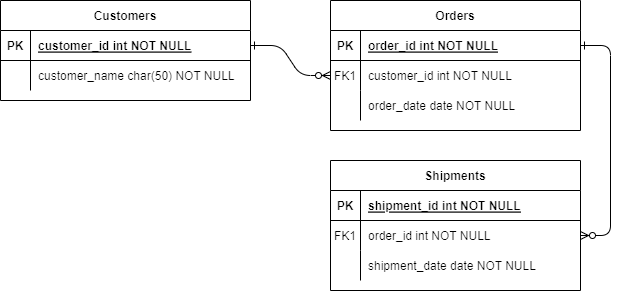
The draw.io diagram database.drawio.png in MountZ1/PR_PenjualanHandPhone_ArdiSaputraTIP-21.2, before a commit. Source tidied: cells renumbered, new cells last; positions are measured from the earlier drawing's top-left corner, leaving out a move shared by most shapes. Source of this version:
```xml
<mxGraphModel>
  <root>
    <mxCell id="0" />
    <mxCell id="1" parent="0" />
    <mxCell id="2" style="edgeStyle=entityRelationEdgeStyle;endArrow=ERzeroToMany;startArrow=ERone;endFill=1;startFill=0;" parent="1" edge="1" source="25" target="8">
      <mxGeometry relative="1" as="geometry" />
    </mxCell>
    <mxCell id="3" style="edgeStyle=entityRelationEdgeStyle;endArrow=ERzeroToMany;startArrow=ERone;endFill=1;startFill=0;" parent="1" edge="1" source="5" target="18">
      <mxGeometry relative="1" as="geometry" />
    </mxCell>
    <mxCell id="4" value="Orders" style="shape=table;startSize=30;rowLines=0;fontStyle=1;align=center;" parent="1" vertex="1">
      <mxGeometry x="330" width="250" height="130" as="geometry" />
    </mxCell>
    <mxCell id="5" style="shape=partialRectangle;fillColor=none;points=[[0,0.5],[1,0.5]];portConstraint=eastwest;top=0;left=0;right=0;bottom=1;" parent="4" vertex="1">
      <mxGeometry y="30" width="250" height="30" as="geometry" />
    </mxCell>
    <mxCell id="6" value="PK" style="shape=partialRectangle;overflow=hidden;fillColor=none;top=0;left=0;bottom=0;right=0;fontStyle=1;" parent="5" vertex="1">
      <mxGeometry width="30" height="30" as="geometry" />
    </mxCell>
    <mxCell id="7" value="order_id int NOT NULL " style="shape=partialRectangle;overflow=hidden;fillColor=none;top=0;left=0;bottom=0;right=0;align=left;spacingLeft=6;fontStyle=5;" parent="5" vertex="1">
      <mxGeometry x="30" width="220" height="30" as="geometry" />
    </mxCell>
    <mxCell id="8" style="shape=partialRectangle;fillColor=none;points=[[0,0.5],[1,0.5]];portConstraint=eastwest;top=0;left=0;right=0;bottom=0;" parent="4" vertex="1">
      <mxGeometry y="60" width="250" height="30" as="geometry" />
    </mxCell>
    <mxCell id="9" value="FK1" style="shape=partialRectangle;overflow=hidden;fillColor=none;top=0;left=0;bottom=0;right=0;" parent="8" vertex="1">
      <mxGeometry width="30" height="30" as="geometry" />
    </mxCell>
    <mxCell id="10" value="customer_id int NOT NULL" style="shape=partialRectangle;overflow=hidden;fillColor=none;top=0;left=0;bottom=0;right=0;align=left;spacingLeft=6;" parent="8" vertex="1">
      <mxGeometry x="30" width="220" height="30" as="geometry" />
    </mxCell>
    <mxCell id="11" style="shape=partialRectangle;fillColor=none;top=0;left=0;right=0;bottom=0;" parent="4" vertex="1">
      <mxGeometry y="90" width="250" height="30" as="geometry" />
    </mxCell>
    <mxCell id="12" style="shape=partialRectangle;overflow=hidden;fillColor=none;top=0;left=0;bottom=0;right=0;" parent="11" vertex="1">
      <mxGeometry width="30" height="30" as="geometry" />
    </mxCell>
    <mxCell id="13" value="order_date date NOT NULL" style="shape=partialRectangle;overflow=hidden;fillColor=none;top=0;left=0;bottom=0;right=0;align=left;spacingLeft=6;" parent="11" vertex="1">
      <mxGeometry x="30" width="220" height="30" as="geometry" />
    </mxCell>
    <mxCell id="14" value="Shipments" style="shape=table;startSize=30;rowLines=0;fontStyle=1;align=center;" parent="1" vertex="1">
      <mxGeometry x="330" y="160" width="250" height="130" as="geometry" />
    </mxCell>
    <mxCell id="15" style="shape=partialRectangle;fillColor=none;top=0;left=0;right=0;bottom=1;" parent="14" vertex="1">
      <mxGeometry y="30" width="250" height="30" as="geometry" />
    </mxCell>
    <mxCell id="16" value="PK" style="shape=partialRectangle;overflow=hidden;fillColor=none;top=0;left=0;bottom=0;right=0;fontStyle=1;" parent="15" vertex="1">
      <mxGeometry width="30" height="30" as="geometry" />
    </mxCell>
    <mxCell id="17" value="shipment_id int NOT NULL " style="shape=partialRectangle;overflow=hidden;fillColor=none;top=0;left=0;bottom=0;right=0;align=left;spacingLeft=6;fontStyle=5;" parent="15" vertex="1">
      <mxGeometry x="30" width="220" height="30" as="geometry" />
    </mxCell>
    <mxCell id="18" style="shape=partialRectangle;fillColor=none;points=[[0,0.5],[1,0.5]];portConstraint=eastwest;top=0;left=0;right=0;bottom=0;" parent="14" vertex="1">
      <mxGeometry y="60" width="250" height="30" as="geometry" />
    </mxCell>
    <mxCell id="19" value="FK1" style="shape=partialRectangle;overflow=hidden;fillColor=none;top=0;left=0;bottom=0;right=0;" parent="18" vertex="1">
      <mxGeometry width="30" height="30" as="geometry" />
    </mxCell>
    <mxCell id="20" value="order_id int NOT NULL" style="shape=partialRectangle;overflow=hidden;fillColor=none;top=0;left=0;bottom=0;right=0;align=left;spacingLeft=6;" parent="18" vertex="1">
      <mxGeometry x="30" width="220" height="30" as="geometry" />
    </mxCell>
    <mxCell id="21" style="shape=partialRectangle;fillColor=none;top=0;left=0;right=0;bottom=0;" parent="14" vertex="1">
      <mxGeometry y="90" width="250" height="30" as="geometry" />
    </mxCell>
    <mxCell id="22" style="shape=partialRectangle;overflow=hidden;fillColor=none;top=0;left=0;bottom=0;right=0;" parent="21" vertex="1">
      <mxGeometry width="30" height="30" as="geometry" />
    </mxCell>
    <mxCell id="23" value="shipment_date date NOT NULL" style="shape=partialRectangle;overflow=hidden;fillColor=none;top=0;left=0;bottom=0;right=0;align=left;spacingLeft=6;" parent="21" vertex="1">
      <mxGeometry x="30" width="220" height="30" as="geometry" />
    </mxCell>
    <mxCell id="24" value="Customers" style="shape=table;startSize=30;rowLines=0;fontStyle=1;align=center;" parent="1" vertex="1">
      <mxGeometry width="250" height="100" as="geometry" />
    </mxCell>
    <mxCell id="25" style="shape=partialRectangle;fillColor=none;points=[[0,0.5],[1,0.5]];portConstraint=eastwest;top=0;left=0;right=0;bottom=1;" parent="24" vertex="1">
      <mxGeometry y="30" width="250" height="30" as="geometry" />
    </mxCell>
    <mxCell id="26" value="PK" style="shape=partialRectangle;overflow=hidden;fillColor=none;top=0;left=0;bottom=0;right=0;fontStyle=1;" parent="25" vertex="1">
      <mxGeometry width="30" height="30" as="geometry" />
    </mxCell>
    <mxCell id="27" value="customer_id int NOT NULL " style="shape=partialRectangle;overflow=hidden;fillColor=none;top=0;left=0;bottom=0;right=0;align=left;spacingLeft=6;fontStyle=5;" parent="25" vertex="1">
      <mxGeometry x="30" width="220" height="30" as="geometry" />
    </mxCell>
    <mxCell id="28" style="shape=partialRectangle;fillColor=none;top=0;left=0;right=0;bottom=0;" parent="24" vertex="1">
      <mxGeometry y="60" width="250" height="30" as="geometry" />
    </mxCell>
    <mxCell id="29" style="shape=partialRectangle;overflow=hidden;fillColor=none;top=0;left=0;bottom=0;right=0;" parent="28" vertex="1">
      <mxGeometry width="30" height="30" as="geometry" />
    </mxCell>
    <mxCell id="30" value="customer_name char(50) NOT NULL" style="shape=partialRectangle;overflow=hidden;fillColor=none;top=0;left=0;bottom=0;right=0;align=left;spacingLeft=6;" parent="28" vertex="1">
      <mxGeometry x="30" width="220" height="30" as="geometry" />
    </mxCell>
  </root>
</mxGraphModel>
```
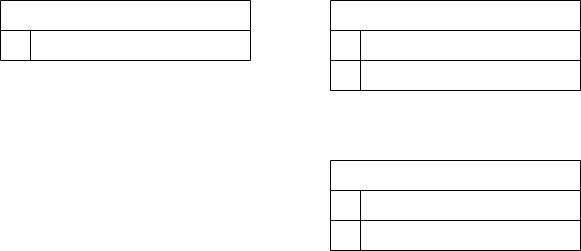
The same file after the commit.

The edit, as a diff of the source:
```diff
@@ -2,91 +2,58 @@
   <root>
     <mxCell id="0" />
     <mxCell id="1" parent="0" />
-    <mxCell id="2" style="edgeStyle=entityRelationEdgeStyle;endArrow=ERzeroToMany;startArrow=ERone;endFill=1;startFill=0;" parent="1" edge="1" source="25" target="8">
-      <mxGeometry relative="1" as="geometry" />
-    </mxCell>
-    <mxCell id="3" style="edgeStyle=entityRelationEdgeStyle;endArrow=ERzeroToMany;startArrow=ERone;endFill=1;startFill=0;" parent="1" edge="1" source="5" target="18">
-      <mxGeometry relative="1" as="geometry" />
-    </mxCell>
-    <mxCell id="4" value="Orders" style="shape=table;startSize=30;rowLines=0;fontStyle=1;align=center;" parent="1" vertex="1">
-      <mxGeometry x="330" width="250" height="130" as="geometry" />
+    <mxCell id="4" style="shape=table;startSize=30;rowLines=0;align=center;" parent="1" vertex="1">
+      <mxGeometry x="330" width="250" height="90" as="geometry" />
     </mxCell>
     <mxCell id="5" style="shape=partialRectangle;fillColor=none;points=[[0,0.5],[1,0.5]];portConstraint=eastwest;top=0;left=0;right=0;bottom=1;" parent="4" vertex="1">
       <mxGeometry y="30" width="250" height="30" as="geometry" />
     </mxCell>
-    <mxCell id="6" value="PK" style="shape=partialRectangle;overflow=hidden;fillColor=none;top=0;left=0;bottom=0;right=0;fontStyle=1;" parent="5" vertex="1">
+    <mxCell id="6" style="shape=partialRectangle;overflow=hidden;fillColor=none;top=0;left=0;bottom=0;right=0;fontStyle=1;" parent="5" vertex="1">
       <mxGeometry width="30" height="30" as="geometry" />
     </mxCell>
-    <mxCell id="7" value="order_id int NOT NULL " style="shape=partialRectangle;overflow=hidden;fillColor=none;top=0;left=0;bottom=0;right=0;align=left;spacingLeft=6;fontStyle=5;" parent="5" vertex="1">
+    <mxCell id="7" style="shape=partialRectangle;overflow=hidden;fillColor=none;top=0;left=0;bottom=0;right=0;align=left;spacingLeft=6;fontStyle=5;" parent="5" vertex="1">
       <mxGeometry x="30" width="220" height="30" as="geometry" />
     </mxCell>
     <mxCell id="8" style="shape=partialRectangle;fillColor=none;points=[[0,0.5],[1,0.5]];portConstraint=eastwest;top=0;left=0;right=0;bottom=0;" parent="4" vertex="1">
       <mxGeometry y="60" width="250" height="30" as="geometry" />
     </mxCell>
-    <mxCell id="9" value="FK1" style="shape=partialRectangle;overflow=hidden;fillColor=none;top=0;left=0;bottom=0;right=0;" parent="8" vertex="1">
+    <mxCell id="9" style="shape=partialRectangle;overflow=hidden;fillColor=none;top=0;left=0;bottom=0;right=0;" parent="8" vertex="1">
       <mxGeometry width="30" height="30" as="geometry" />
     </mxCell>
-    <mxCell id="10" value="customer_id int NOT NULL" style="shape=partialRectangle;overflow=hidden;fillColor=none;top=0;left=0;bottom=0;right=0;align=left;spacingLeft=6;" parent="8" vertex="1">
+    <mxCell id="10" style="shape=partialRectangle;overflow=hidden;fillColor=none;top=0;left=0;bottom=0;right=0;align=left;spacingLeft=6;" parent="8" vertex="1">
       <mxGeometry x="30" width="220" height="30" as="geometry" />
     </mxCell>
-    <mxCell id="11" style="shape=partialRectangle;fillColor=none;top=0;left=0;right=0;bottom=0;" parent="4" vertex="1">
-      <mxGeometry y="90" width="250" height="30" as="geometry" />
-    </mxCell>
-    <mxCell id="12" style="shape=partialRectangle;overflow=hidden;fillColor=none;top=0;left=0;bottom=0;right=0;" parent="11" vertex="1">
-      <mxGeometry width="30" height="30" as="geometry" />
-    </mxCell>
-    <mxCell id="13" value="order_date date NOT NULL" style="shape=partialRectangle;overflow=hidden;fillColor=none;top=0;left=0;bottom=0;right=0;align=left;spacingLeft=6;" parent="11" vertex="1">
-      <mxGeometry x="30" width="220" height="30" as="geometry" />
-    </mxCell>
-    <mxCell id="14" value="Shipments" style="shape=table;startSize=30;rowLines=0;fontStyle=1;align=center;" parent="1" vertex="1">
-      <mxGeometry x="330" y="160" width="250" height="130" as="geometry" />
+    <mxCell id="14" style="shape=table;startSize=30;rowLines=0;fontStyle=1;align=center;" parent="1" vertex="1">
+      <mxGeometry x="330" y="160" width="250" height="90" as="geometry" />
     </mxCell>
     <mxCell id="15" style="shape=partialRectangle;fillColor=none;top=0;left=0;right=0;bottom=1;" parent="14" vertex="1">
       <mxGeometry y="30" width="250" height="30" as="geometry" />
     </mxCell>
-    <mxCell id="16" value="PK" style="shape=partialRectangle;overflow=hidden;fillColor=none;top=0;left=0;bottom=0;right=0;fontStyle=1;" parent="15" vertex="1">
+    <mxCell id="16" style="shape=partialRectangle;overflow=hidden;fillColor=none;top=0;left=0;bottom=0;right=0;fontStyle=1;" parent="15" vertex="1">
       <mxGeometry width="30" height="30" as="geometry" />
     </mxCell>
-    <mxCell id="17" value="shipment_id int NOT NULL " style="shape=partialRectangle;overflow=hidden;fillColor=none;top=0;left=0;bottom=0;right=0;align=left;spacingLeft=6;fontStyle=5;" parent="15" vertex="1">
+    <mxCell id="17" style="shape=partialRectangle;overflow=hidden;fillColor=none;top=0;left=0;bottom=0;right=0;align=left;spacingLeft=6;fontStyle=5;" parent="15" vertex="1">
       <mxGeometry x="30" width="220" height="30" as="geometry" />
     </mxCell>
     <mxCell id="18" style="shape=partialRectangle;fillColor=none;points=[[0,0.5],[1,0.5]];portConstraint=eastwest;top=0;left=0;right=0;bottom=0;" parent="14" vertex="1">
       <mxGeometry y="60" width="250" height="30" as="geometry" />
     </mxCell>
-    <mxCell id="19" value="FK1" style="shape=partialRectangle;overflow=hidden;fillColor=none;top=0;left=0;bottom=0;right=0;" parent="18" vertex="1">
+    <mxCell id="19" style="shape=partialRectangle;overflow=hidden;fillColor=none;top=0;left=0;bottom=0;right=0;" parent="18" vertex="1">
       <mxGeometry width="30" height="30" as="geometry" />
     </mxCell>
-    <mxCell id="20" value="order_id int NOT NULL" style="shape=partialRectangle;overflow=hidden;fillColor=none;top=0;left=0;bottom=0;right=0;align=left;spacingLeft=6;" parent="18" vertex="1">
+    <mxCell id="20" style="shape=partialRectangle;overflow=hidden;fillColor=none;top=0;left=0;bottom=0;right=0;align=left;spacingLeft=6;" parent="18" vertex="1">
       <mxGeometry x="30" width="220" height="30" as="geometry" />
     </mxCell>
-    <mxCell id="21" style="shape=partialRectangle;fillColor=none;top=0;left=0;right=0;bottom=0;" parent="14" vertex="1">
-      <mxGeometry y="90" width="250" height="30" as="geometry" />
-    </mxCell>
-    <mxCell id="22" style="shape=partialRectangle;overflow=hidden;fillColor=none;top=0;left=0;bottom=0;right=0;" parent="21" vertex="1">
-      <mxGeometry width="30" height="30" as="geometry" />
-    </mxCell>
-    <mxCell id="23" value="shipment_date date NOT NULL" style="shape=partialRectangle;overflow=hidden;fillColor=none;top=0;left=0;bottom=0;right=0;align=left;spacingLeft=6;" parent="21" vertex="1">
-      <mxGeometry x="30" width="220" height="30" as="geometry" />
-    </mxCell>
-    <mxCell id="24" value="Customers" style="shape=table;startSize=30;rowLines=0;fontStyle=1;align=center;" parent="1" vertex="1">
-      <mxGeometry width="250" height="100" as="geometry" />
+    <mxCell id="24" style="shape=table;startSize=30;rowLines=0;fontStyle=1;align=center;" parent="1" vertex="1">
+      <mxGeometry width="250" height="60" as="geometry" />
     </mxCell>
-    <mxCell id="25" style="shape=partialRectangle;fillColor=none;points=[[0,0.5],[1,0.5]];portConstraint=eastwest;top=0;left=0;right=0;bottom=1;" parent="24" vertex="1">
-      <mxGeometry y="30" width="250" height="30" as="geometry" />
-    </mxCell>
-    <mxCell id="26" value="PK" style="shape=partialRectangle;overflow=hidden;fillColor=none;top=0;left=0;bottom=0;right=0;fontStyle=1;" parent="25" vertex="1">
-      <mxGeometry width="30" height="30" as="geometry" />
-    </mxCell>
-    <mxCell id="27" value="customer_id int NOT NULL " style="shape=partialRectangle;overflow=hidden;fillColor=none;top=0;left=0;bottom=0;right=0;align=left;spacingLeft=6;fontStyle=5;" parent="25" vertex="1">
-      <mxGeometry x="30" width="220" height="30" as="geometry" />
-    </mxCell>
     <mxCell id="28" style="shape=partialRectangle;fillColor=none;top=0;left=0;right=0;bottom=0;" parent="24" vertex="1">
-      <mxGeometry y="60" width="250" height="30" as="geometry" />
+      <mxGeometry y="30" width="250" height="30" as="geometry" />
     </mxCell>
     <mxCell id="29" style="shape=partialRectangle;overflow=hidden;fillColor=none;top=0;left=0;bottom=0;right=0;" parent="28" vertex="1">
       <mxGeometry width="30" height="30" as="geometry" />
     </mxCell>
-    <mxCell id="30" value="customer_name char(50) NOT NULL" style="shape=partialRectangle;overflow=hidden;fillColor=none;top=0;left=0;bottom=0;right=0;align=left;spacingLeft=6;" parent="28" vertex="1">
+    <mxCell id="30" style="shape=partialRectangle;overflow=hidden;fillColor=none;top=0;left=0;bottom=0;right=0;align=left;spacingLeft=6;" parent="28" vertex="1">
       <mxGeometry x="30" width="220" height="30" as="geometry" />
     </mxCell>
   </root>
```
